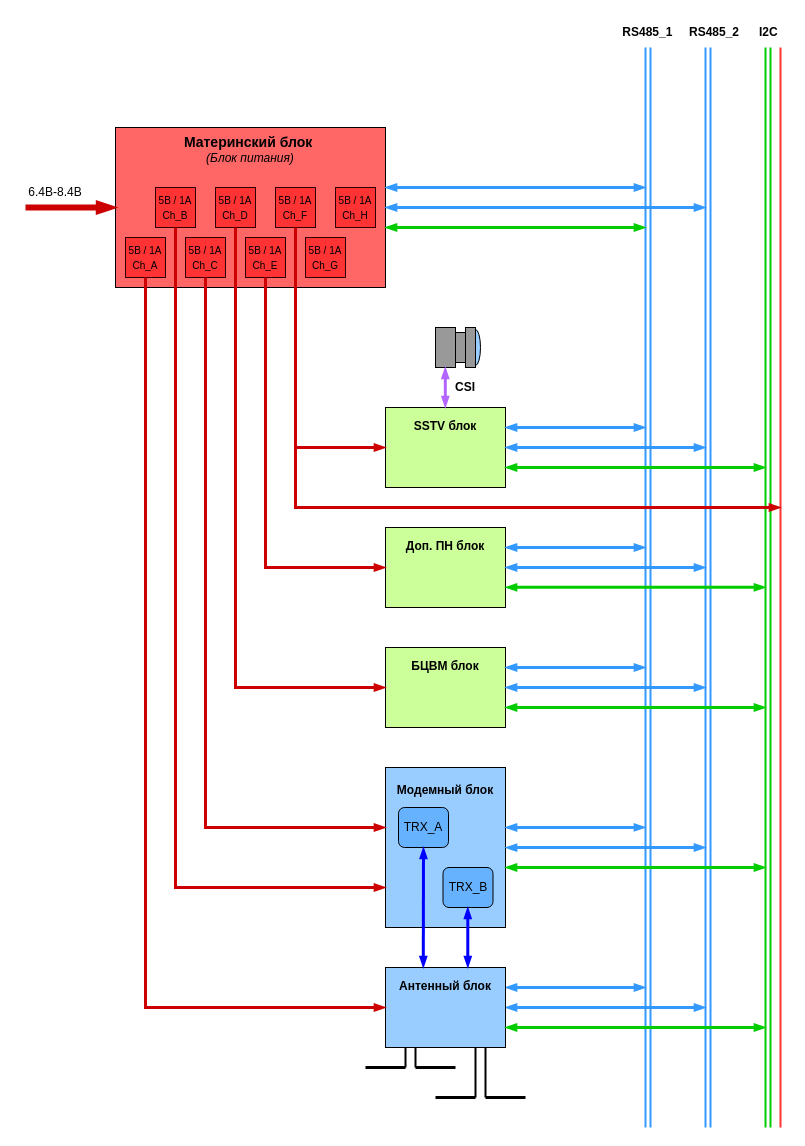
Above: page "Power" (1 of 4) of doc/system/Gladiolus_block_schematic.drawio in NarodniySputnik/Gladiolus-1 (draw.io), before the change. Source tidied: cells renumbered, new cells numbered last; positions are measured from the earlier drawing's top-left corner, leaving out a move shared by most shapes. Both pictures are drawn from the tidied source at 100%, with x=0, y=0 at pixel (25, 17).
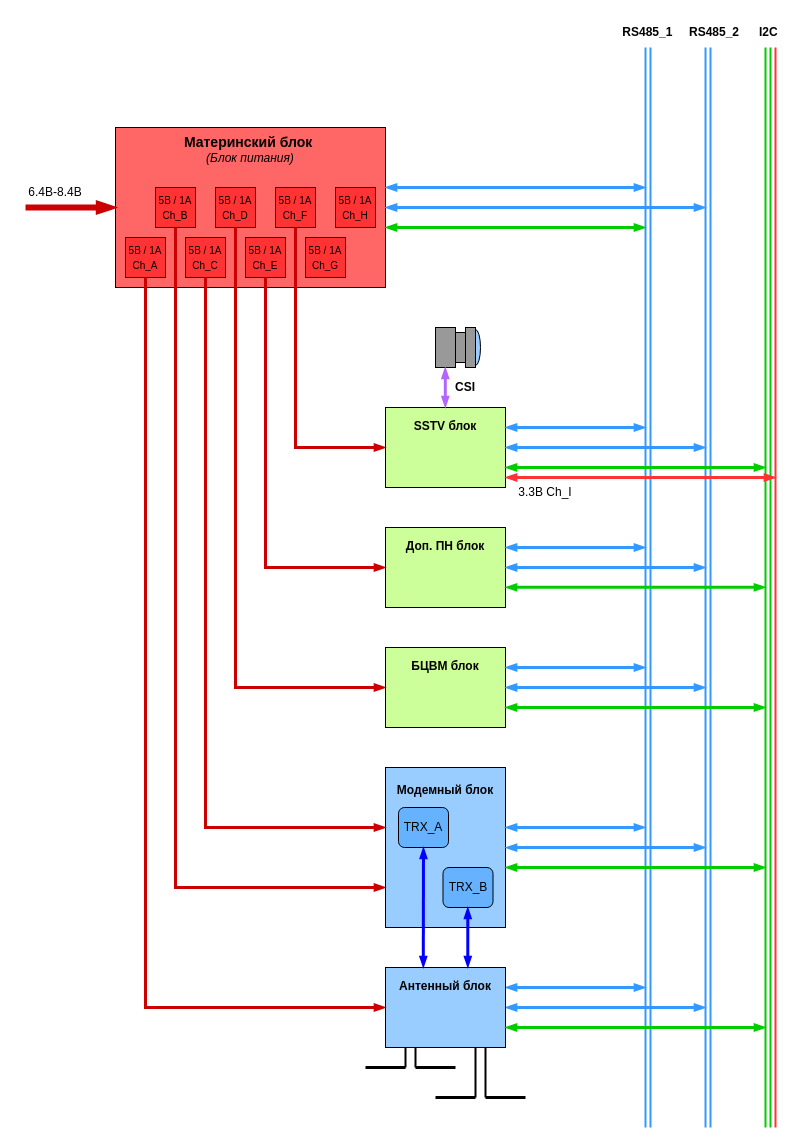
The same diagram, later.

Change to the diagram source:
```diff
@@
     <mxCell id="43" style="endArrow=none;html=1;rounded=0;strokeColor=#FF3333;strokeWidth=2;" parent="1" edge="1">
       <mxGeometry relative="1" as="geometry">
-        <mxPoint x="755" y="1110" as="sourcePoint" />
-        <mxPoint x="755" y="30" as="targetPoint" />
+        <mxPoint x="750" y="1110" as="sourcePoint" />
+        <mxPoint x="750" y="30" as="targetPoint" />
       </mxGeometry>
     </mxCell>
@@
-    <mxCell id="55" style="endArrow=none;startArrow=blockThin;html=1;rounded=0;strokeWidth=3;endSize=4;startSize=4;startFill=1;endFill=0;strokeColor=#CC0000;" parent="1" edge="1">
-      <mxGeometry relative="1" as="geometry">
-        <mxPoint x="755" y="490" as="sourcePoint" />
-        <mxPoint x="270" y="430" as="targetPoint" />
-        <Array as="points">
-          <mxPoint x="270" y="490" />
-        </Array>
-      </mxGeometry>
-    </mxCell>
@@
+    <mxCell id="74" style="endArrow=blockThin;startArrow=blockThin;html=1;rounded=0;strokeWidth=3;endSize=4;startSize=4;startFill=1;endFill=1;strokeColor=#FF3333;entryX=1;entryY=0.75;entryDx=0;entryDy=0;" parent="1" edge="1">
+      <mxGeometry relative="1" as="geometry">
+        <mxPoint x="750" y="460" as="sourcePoint" />
+        <mxPoint x="480" y="460" as="targetPoint" />
+      </mxGeometry>
+    </mxCell>
+    <mxCell id="75" value="3.3В Ch_I" style="text;html=1;whiteSpace=wrap;strokeColor=none;fillColor=none;align=center;verticalAlign=middle;rounded=0;" parent="1" vertex="1">
+      <mxGeometry x="490" y="460" width="60" height="30" as="geometry" />
+    </mxCell>
```
